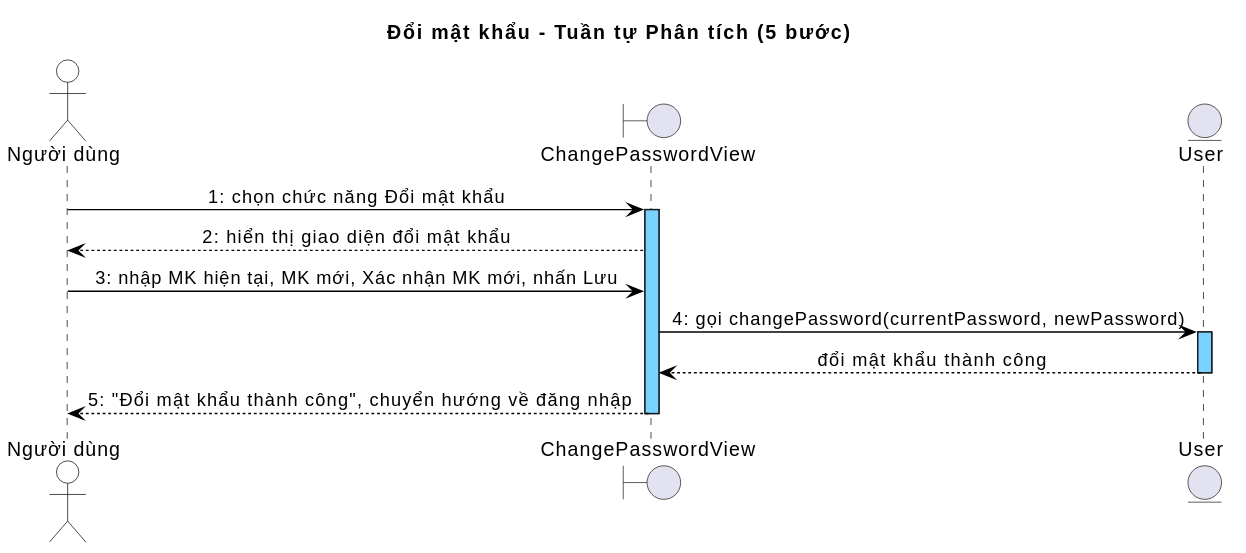
Earlier version of the PlantUML export output/diagrams/account_seq_changepw_analysis.svg (thanhtrnnn/cnpm).
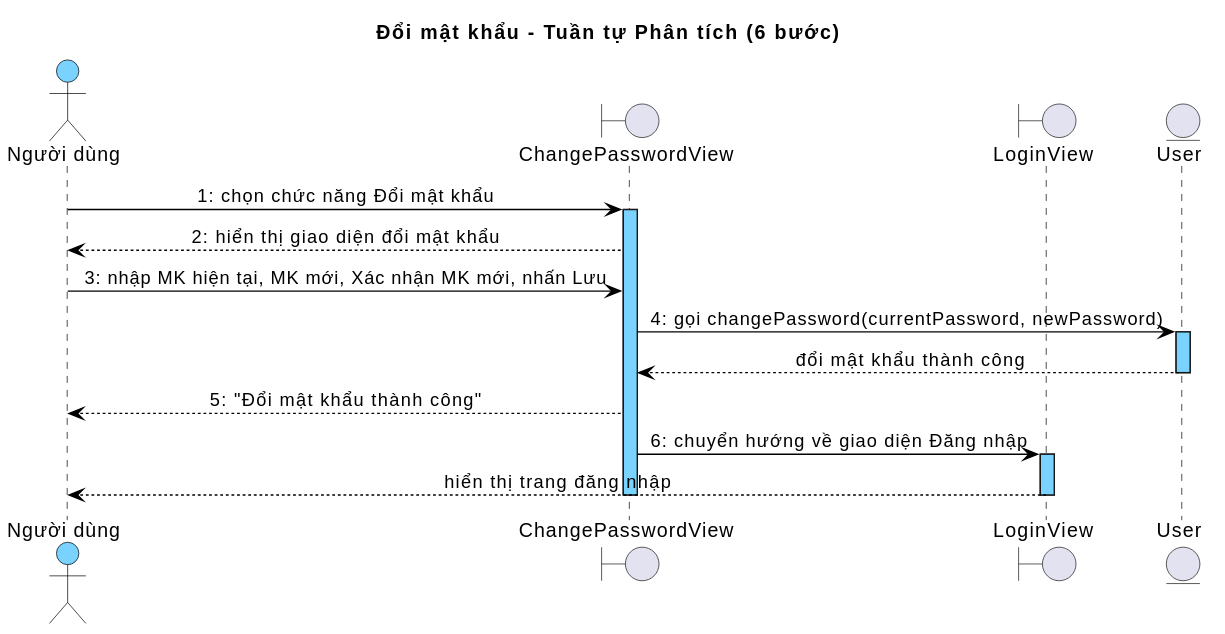
After the change.

Diff of the diagram source:
```diff
@@ -17,12 +17,13 @@
 skinparam sequenceMessageFontColor #000000
 skinparam sequenceMessageFontSize 10
 skinparam sequenceActorBorderColor #000000
-skinparam sequenceActorBackgroundColor transparent
+skinparam sequenceActorBackgroundColor #7AD2FF
 skinparam sequenceActorFontColor #000000
-title Đổi mật khẩu - Tuần tự Phân tích (5 bước)
+title Đổi mật khẩu - Tuần tự Phân tích (6 bước)
 
 actor "Người dùng" as Actor
 boundary ChangePasswordView as B1
+boundary LoginView as B2
 entity User as E1
 
 Actor -> B1 : 1: chọn chức năng Đổi mật khẩu
@@ -33,6 +34,10 @@
 activate E1
 E1 --> B1 : đổi mật khẩu thành công
 deactivate E1
-B1 --> Actor : 5: "Đổi mật khẩu thành công", chuyển hướng về đăng nhập
+B1 --> Actor : 5: "Đổi mật khẩu thành công"
+B1 -> B2 : 6: chuyển hướng về giao diện Đăng nhập
+activate B2
+B2 --> Actor : hiển thị trang đăng nhập
+deactivate B2
 deactivate B1
 @enduml
```
